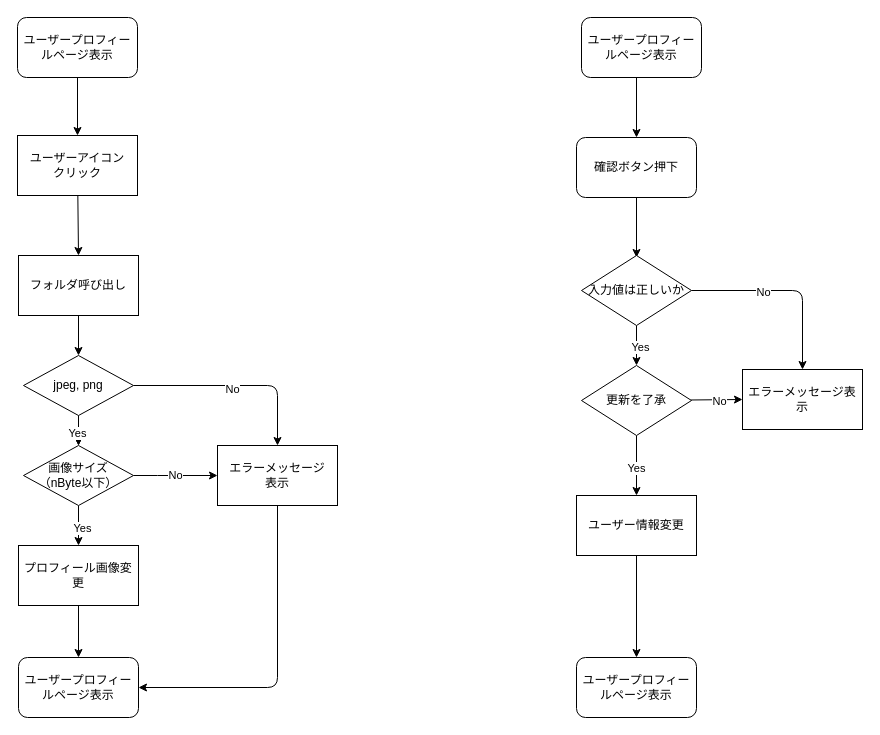
Before: external design/Flow/userprofile.drawio in KawashimaRyuhei/ChatApps, a draw.io diagram. Source tidied: cells renumbered, new cells numbered last; positions are measured from the earlier drawing's top-left corner, leaving out a move shared by most shapes. Both pictures are drawn from the tidied source at 100%, with x=0, y=0 at pixel (17, 17).
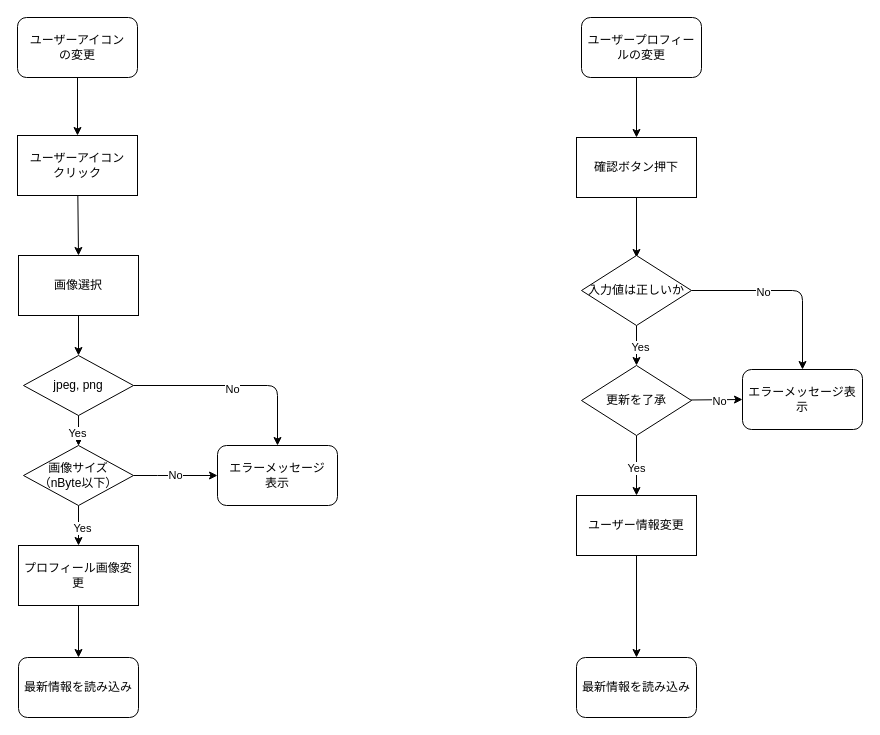
The same page after the edit.

What changed in the source:
```diff
@@
-    <mxCell id="4" value="ユーザープロフィールページ表示" style="rounded=1;whiteSpace=wrap;html=1;" parent="1" vertex="1">
+    <mxCell id="4" value="最新情報を読み込み" style="rounded=1;whiteSpace=wrap;html=1;" parent="1" vertex="1">
       <mxGeometry x="1" y="640" width="120" height="60" as="geometry" />
     </mxCell>
@@
-    <mxCell id="6" value="フォルダ呼び出し" style="rounded=0;whiteSpace=wrap;html=1;" parent="1" vertex="1">
+    <mxCell id="6" value="画像選択" style="rounded=0;whiteSpace=wrap;html=1;" parent="1" vertex="1">
       <mxGeometry x="1" y="238" width="120" height="60" as="geometry" />
     </mxCell>
@@
-    <mxCell id="17" style="edgeStyle=none;html=1;entryX=1;entryY=0.5;entryDx=0;entryDy=0;" parent="1" edge="1" source="18" target="4">
-      <mxGeometry relative="1" as="geometry">
-        <Array as="points">
-          <mxPoint x="260" y="670" />
-        </Array>
-      </mxGeometry>
-    </mxCell>
-    <mxCell id="18" value="エラーメッセージ&lt;br&gt;表示" style="rounded=0;whiteSpace=wrap;html=1;" parent="1" vertex="1">
+    <mxCell id="18" value="エラーメッセージ&lt;br&gt;表示" style="rounded=1;whiteSpace=wrap;html=1;" parent="1" vertex="1">
       <mxGeometry x="200" y="428" width="120" height="60" as="geometry" />
     </mxCell>
@@
-    <mxCell id="23" value="確認ボタン押下" style="rounded=1;whiteSpace=wrap;html=1;" parent="1" vertex="1">
+    <mxCell id="23" value="確認ボタン押下" style="rounded=0;whiteSpace=wrap;html=1;" parent="1" vertex="1">
       <mxGeometry x="559" y="120" width="120" height="60" as="geometry" />
     </mxCell>
@@
-    <mxCell id="37" value="ユーザープロフィールページ表示" style="rounded=1;whiteSpace=wrap;html=1;" parent="1" vertex="1">
+    <mxCell id="37" value="ユーザーアイコン&lt;br&gt;の変更" style="rounded=1;whiteSpace=wrap;html=1;" parent="1" vertex="1">
       <mxGeometry width="120" height="60" as="geometry" />
     </mxCell>
-    <mxCell id="38" value="ユーザープロフィールページ表示" style="rounded=1;whiteSpace=wrap;html=1;" parent="1" vertex="1">
+    <mxCell id="38" value="ユーザープロフィールの変更" style="rounded=1;whiteSpace=wrap;html=1;" parent="1" vertex="1">
       <mxGeometry x="564" width="120" height="60" as="geometry" />
     </mxCell>
-    <mxCell id="39" value="エラーメッセージ表示" style="rounded=0;whiteSpace=wrap;html=1;" parent="1" vertex="1">
+    <mxCell id="39" value="エラーメッセージ表示" style="rounded=1;whiteSpace=wrap;html=1;" parent="1" vertex="1">
       <mxGeometry x="725" y="352" width="120" height="60" as="geometry" />
     </mxCell>
-    <mxCell id="40" value="ユーザープロフィールページ表示" style="rounded=1;whiteSpace=wrap;html=1;" parent="1" vertex="1">
+    <mxCell id="40" value="最新情報を読み込み" style="rounded=1;whiteSpace=wrap;html=1;" parent="1" vertex="1">
       <mxGeometry x="559" y="640" width="120" height="60" as="geometry" />
     </mxCell>
```
